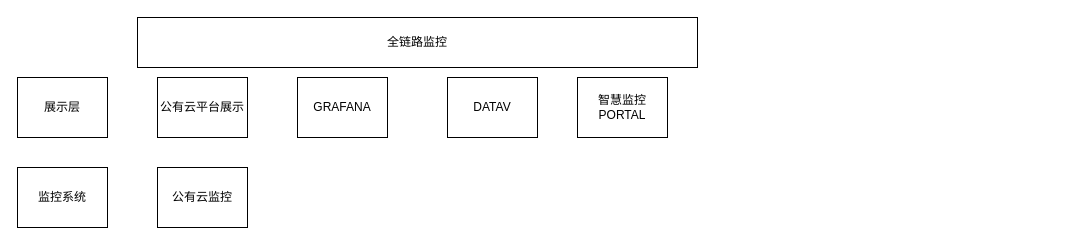
Before: 全链路监控.drawio in tengxiao/zabbix-report, a draw.io diagram. Source tidied: cells renumbered, new cells numbered last; positions are measured from the earlier drawing's top-left corner, leaving out a move shared by most shapes. Both pictures are drawn from the tidied source at 100%, with x=0, y=0 at pixel (17, 17).
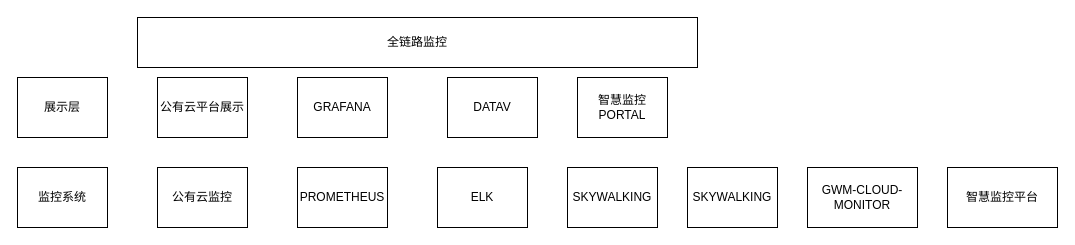
After the change.

Commit message (it also covers changes not shown here):
更新全链路监控.drawio

Diff of the diagram source:
```diff
@@
 <mxGraphModel>
   <root>
     <mxCell id="0" />
     <mxCell id="1" parent="0" />
     <mxCell id="2" value="全链路监控" style="rounded=0;whiteSpace=wrap;html=1;" parent="1" vertex="1">
       <mxGeometry x="120" width="560" height="50" as="geometry" />
     </mxCell>
     <mxCell id="3" value="展示层" style="rounded=0;whiteSpace=wrap;html=1;" parent="1" vertex="1">
       <mxGeometry y="60" width="90" height="60" as="geometry" />
     </mxCell>
     <mxCell id="4" value="公有云平台展示" style="rounded=0;whiteSpace=wrap;html=1;" parent="1" vertex="1">
       <mxGeometry x="140" y="60" width="90" height="60" as="geometry" />
     </mxCell>
     <mxCell id="5" value="GRAFANA" style="rounded=0;whiteSpace=wrap;html=1;" parent="1" vertex="1">
       <mxGeometry x="280" y="60" width="90" height="60" as="geometry" />
     </mxCell>
     <mxCell id="6" value="DATAV" style="rounded=0;whiteSpace=wrap;html=1;" parent="1" vertex="1">
       <mxGeometry x="430" y="60" width="90" height="60" as="geometry" />
     </mxCell>
     <mxCell id="7" value="智慧监控PORTAL" style="rounded=0;whiteSpace=wrap;html=1;" parent="1" vertex="1">
       <mxGeometry x="560" y="60" width="90" height="60" as="geometry" />
     </mxCell>
     <mxCell id="8" value="监控系统" style="rounded=0;whiteSpace=wrap;html=1;" parent="1" vertex="1">
       <mxGeometry y="150" width="90" height="60" as="geometry" />
     </mxCell>
     <mxCell id="9" value="公有云监控" style="rounded=0;whiteSpace=wrap;html=1;" parent="1" vertex="1">
       <mxGeometry x="140" y="150" width="90" height="60" as="geometry" />
     </mxCell>
+    <mxCell id="10" value="PROMETHEUS" style="rounded=0;whiteSpace=wrap;html=1;" parent="1" vertex="1">
+      <mxGeometry x="280" y="150" width="90" height="60" as="geometry" />
+    </mxCell>
+    <mxCell id="11" value="ELK" style="rounded=0;whiteSpace=wrap;html=1;" parent="1" vertex="1">
+      <mxGeometry x="420" y="150" width="90" height="60" as="geometry" />
+    </mxCell>
+    <mxCell id="12" value="SKYWALKING" style="rounded=0;whiteSpace=wrap;html=1;" parent="1" vertex="1">
+      <mxGeometry x="550" y="150" width="90" height="60" as="geometry" />
+    </mxCell>
+    <mxCell id="13" value="SKYWALKING" style="rounded=0;whiteSpace=wrap;html=1;" parent="1" vertex="1">
+      <mxGeometry x="670" y="150" width="90" height="60" as="geometry" />
+    </mxCell>
+    <mxCell id="14" value="GWM-CLOUD-MONITOR" style="rounded=0;whiteSpace=wrap;html=1;" parent="1" vertex="1">
+      <mxGeometry x="790" y="150" width="110" height="60" as="geometry" />
+    </mxCell>
+    <mxCell id="15" value="智慧监控平台" style="rounded=0;whiteSpace=wrap;html=1;" parent="1" vertex="1">
+      <mxGeometry x="930" y="150" width="110" height="60" as="geometry" />
+    </mxCell>
   </root>
 </mxGraphModel>
```
